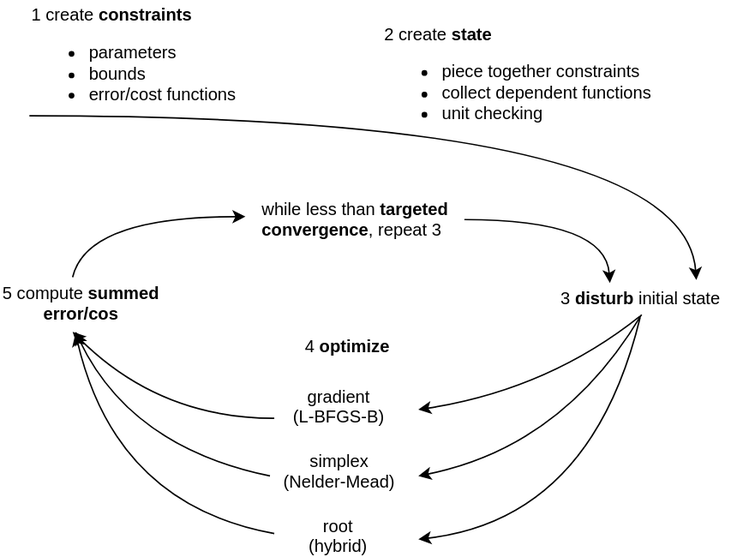
The draw.io diagram lab/img/solver.svg in flinz/meanfield-suite, before a commit. Source tidied: cells renumbered, new cells last; positions are measured from the earlier drawing's top-left corner, leaving out a move shared by most shapes. Its diagram source:
```xml
<mxGraphModel background="#ffffff">
  <root>
    <mxCell id="0" />
    <mxCell id="1" parent="0" />
    <mxCell id="2" value="3&amp;nbsp;&lt;b&gt;disturb&lt;/b&gt; initial state" style="text;html=1;points=[];align=center;verticalAlign=top;spacingTop=-4;" parent="1" vertex="1">
      <mxGeometry x="380" y="197" width="130" height="20" as="geometry" />
    </mxCell>
    <mxCell id="3" value="gradient&lt;div&gt;(L-BFGS-B)&lt;/div&gt;" style="text;html=1;align=center;verticalAlign=top;spacingTop=-4;" parent="1" vertex="1">
      <mxGeometry x="195" y="265" width="80" height="30" as="geometry" />
    </mxCell>
    <mxCell id="4" value="simplex&lt;div&gt;(Nelder-Mead)&lt;/div&gt;" style="text;html=1;points=[];align=center;verticalAlign=top;spacingTop=-4;" parent="1" vertex="1">
      <mxGeometry x="190" y="310" width="90" height="30" as="geometry" />
    </mxCell>
    <mxCell id="5" value="root&lt;div&gt;(hybrid)&lt;/div&gt;" style="text;html=1;align=center;verticalAlign=top;spacingTop=-4;" parent="1" vertex="1">
      <mxGeometry x="205" y="355" width="60" height="30" as="geometry" />
    </mxCell>
    <mxCell id="6" value="&lt;div style=&quot;text-align: center&quot;&gt;5 compute &lt;b&gt;summed&lt;/b&gt;&lt;/div&gt;&lt;div&gt;&lt;div style=&quot;text-align: center&quot;&gt;&lt;b&gt;error/cos&lt;/b&gt;&lt;/div&gt;&lt;/div&gt;" style="text;html=1;points=[];align=left;verticalAlign=top;spacingTop=-4;" parent="1" vertex="1">
      <mxGeometry y="194" width="120" height="30" as="geometry" />
    </mxCell>
    <mxCell id="7" value="2 create &lt;b&gt;state&lt;/b&gt;&lt;div&gt;&lt;ul&gt;&lt;li&gt;piece together constraints&lt;br&gt;&lt;/li&gt;&lt;li&gt;collect dependent functions&lt;br&gt;&lt;/li&gt;&lt;li&gt;unit checking&lt;/li&gt;&lt;/ul&gt;&lt;/div&gt;" style="text;html=1;align=left;verticalAlign=top;spacingTop=-4;" parent="1" vertex="1">
      <mxGeometry x="265" y="14" width="200" height="80" as="geometry" />
    </mxCell>
    <mxCell id="8" value="&lt;div&gt;1 create &lt;b&gt;constraints&lt;/b&gt;&lt;/div&gt;&lt;div&gt;&lt;ul&gt;&lt;li&gt;parameters&lt;br&gt;&lt;/li&gt;&lt;li&gt;bounds&lt;br&gt;&lt;/li&gt;&lt;li&gt;error/cost functions&lt;br&gt;&lt;/li&gt;&lt;/ul&gt;&lt;/div&gt;" style="text;html=1;align=left;verticalAlign=top;spacingTop=-4;" parent="1" vertex="1">
      <mxGeometry x="20" width="160" height="80" as="geometry" />
    </mxCell>
    <mxCell id="9" style="endArrow=classic;html=1;curved=1;entryX=0.792;entryY=-0.15;entryPerimeter=0;" parent="1" edge="1" target="2">
      <mxGeometry relative="1" as="geometry">
        <mxPoint x="20" y="80" as="sourcePoint" />
        <Array as="points">
          <mxPoint x="475" y="80" />
        </Array>
      </mxGeometry>
    </mxCell>
    <mxCell id="10" value="while less than &lt;b&gt;targeted&lt;/b&gt;&lt;div&gt;&lt;b&gt;convergence&lt;/b&gt;, repeat 3&lt;/div&gt;" style="text;html=1;points=[];align=left;verticalAlign=top;spacingTop=-4;" parent="1" vertex="1">
      <mxGeometry x="180" y="135" width="140" height="30" as="geometry" />
    </mxCell>
    <mxCell id="11" style="endArrow=classic;html=1;curved=1;entryX=0.333;entryY=-0.05;entryPerimeter=0;exitX=1.014;exitY=0.567;exitPerimeter=0;" parent="1" edge="1" source="10" target="2">
      <mxGeometry relative="1" as="geometry">
        <Array as="points">
          <mxPoint x="420" y="152" />
        </Array>
      </mxGeometry>
    </mxCell>
    <mxCell id="12" value="4&amp;nbsp;&lt;b&gt;optimize&lt;/b&gt;" style="text;html=1;align=left;verticalAlign=top;spacingTop=-4;" parent="1" vertex="1">
      <mxGeometry x="210" y="230" width="70" height="20" as="geometry" />
    </mxCell>
    <mxCell id="13" style="endArrow=classic;html=1;exitX=0.492;exitY=1.1;exitPerimeter=0;curved=1;" parent="1" edge="1" source="2">
      <mxGeometry relative="1" as="geometry">
        <mxPoint x="290" y="284" as="targetPoint" />
        <Array as="points">
          <mxPoint x="380" y="270" />
        </Array>
      </mxGeometry>
    </mxCell>
    <mxCell id="14" style="endArrow=classic;html=1;curved=1;exitX=0.5;exitY=1.05;exitPerimeter=0;" parent="1" edge="1" source="2">
      <mxGeometry relative="1" as="geometry">
        <mxPoint x="290" y="330" as="targetPoint" />
        <Array as="points">
          <mxPoint x="390" y="310" />
        </Array>
      </mxGeometry>
    </mxCell>
    <mxCell id="15" style="endArrow=classic;html=1;curved=1;exitX=0.492;exitY=1.15;exitPerimeter=0;" parent="1" edge="1" source="2">
      <mxGeometry relative="1" as="geometry">
        <mxPoint x="290" y="374" as="targetPoint" />
        <Array as="points">
          <mxPoint x="410" y="360" />
        </Array>
      </mxGeometry>
    </mxCell>
    <mxCell id="16" style="endArrow=classic;html=1;curved=1;" parent="1" edge="1">
      <mxGeometry relative="1" as="geometry">
        <mxPoint x="190" y="290" as="sourcePoint" />
        <mxPoint x="50" y="230" as="targetPoint" />
        <Array as="points">
          <mxPoint x="110" y="290" />
        </Array>
      </mxGeometry>
    </mxCell>
    <mxCell id="17" style="endArrow=classic;html=1;exitX=-0.033;exitY=0.667;exitPerimeter=0;curved=1;entryX=0.433;entryY=1.2;entryPerimeter=0;" parent="1" edge="1" source="4" target="6">
      <mxGeometry relative="1" as="geometry">
        <Array as="points">
          <mxPoint x="90" y="310" />
        </Array>
      </mxGeometry>
    </mxCell>
    <mxCell id="18" style="endArrow=classic;html=1;curved=1;entryX=0.433;entryY=1.233;entryPerimeter=0;" parent="1" edge="1" target="6">
      <mxGeometry relative="1" as="geometry">
        <mxPoint x="190" y="370" as="sourcePoint" />
        <Array as="points">
          <mxPoint x="80" y="350" />
        </Array>
      </mxGeometry>
    </mxCell>
    <mxCell id="19" style="endArrow=classic;html=1;curved=1;" parent="1" edge="1">
      <mxGeometry relative="1" as="geometry">
        <mxPoint x="50" y="192" as="sourcePoint" />
        <mxPoint x="170" y="150" as="targetPoint" />
        <Array as="points">
          <mxPoint x="60" y="150" />
        </Array>
      </mxGeometry>
    </mxCell>
  </root>
</mxGraphModel>
```
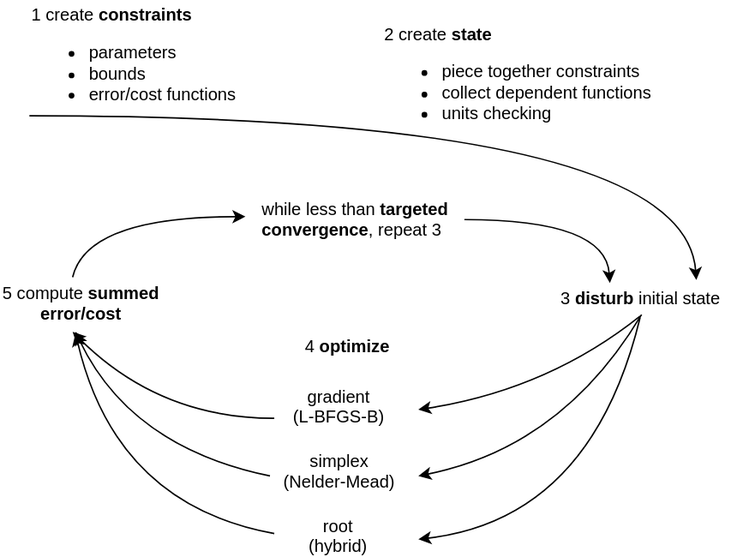
The same diagram one commit later.

Diff of the diagram source:
```diff
@@ -1,4 +1,4 @@
-<mxGraphModel background="#ffffff">
+<mxGraphModel>
   <root>
     <mxCell id="0" />
     <mxCell id="1" parent="0" />
@@ -14,10 +14,10 @@
     <mxCell id="5" value="root&lt;div&gt;(hybrid)&lt;/div&gt;" style="text;html=1;align=center;verticalAlign=top;spacingTop=-4;" parent="1" vertex="1">
       <mxGeometry x="205" y="355" width="60" height="30" as="geometry" />
     </mxCell>
-    <mxCell id="6" value="&lt;div style=&quot;text-align: center&quot;&gt;5 compute &lt;b&gt;summed&lt;/b&gt;&lt;/div&gt;&lt;div&gt;&lt;div style=&quot;text-align: center&quot;&gt;&lt;b&gt;error/cos&lt;/b&gt;&lt;/div&gt;&lt;/div&gt;" style="text;html=1;points=[];align=left;verticalAlign=top;spacingTop=-4;" parent="1" vertex="1">
+    <mxCell id="6" value="&lt;div style=&quot;text-align: center&quot;&gt;5 compute &lt;b&gt;summed&lt;/b&gt;&lt;/div&gt;&lt;div&gt;&lt;div style=&quot;text-align: center&quot;&gt;&lt;b&gt;error/cost&lt;/b&gt;&lt;/div&gt;&lt;/div&gt;" style="text;html=1;points=[];align=left;verticalAlign=top;spacingTop=-4;" parent="1" vertex="1">
       <mxGeometry y="194" width="120" height="30" as="geometry" />
     </mxCell>
-    <mxCell id="7" value="2 create &lt;b&gt;state&lt;/b&gt;&lt;div&gt;&lt;ul&gt;&lt;li&gt;piece together constraints&lt;br&gt;&lt;/li&gt;&lt;li&gt;collect dependent functions&lt;br&gt;&lt;/li&gt;&lt;li&gt;unit checking&lt;/li&gt;&lt;/ul&gt;&lt;/div&gt;" style="text;html=1;align=left;verticalAlign=top;spacingTop=-4;" parent="1" vertex="1">
+    <mxCell id="7" value="2 create &lt;b&gt;state&lt;/b&gt;&lt;div&gt;&lt;ul&gt;&lt;li&gt;piece together constraints&lt;br&gt;&lt;/li&gt;&lt;li&gt;collect dependent functions&lt;br&gt;&lt;/li&gt;&lt;li&gt;units checking&lt;/li&gt;&lt;/ul&gt;&lt;/div&gt;" style="text;html=1;align=left;verticalAlign=top;spacingTop=-4;" parent="1" vertex="1">
       <mxGeometry x="265" y="14" width="200" height="80" as="geometry" />
     </mxCell>
     <mxCell id="8" value="&lt;div&gt;1 create &lt;b&gt;constraints&lt;/b&gt;&lt;/div&gt;&lt;div&gt;&lt;ul&gt;&lt;li&gt;parameters&lt;br&gt;&lt;/li&gt;&lt;li&gt;bounds&lt;br&gt;&lt;/li&gt;&lt;li&gt;error/cost functions&lt;br&gt;&lt;/li&gt;&lt;/ul&gt;&lt;/div&gt;" style="text;html=1;align=left;verticalAlign=top;spacingTop=-4;" parent="1" vertex="1">
```
